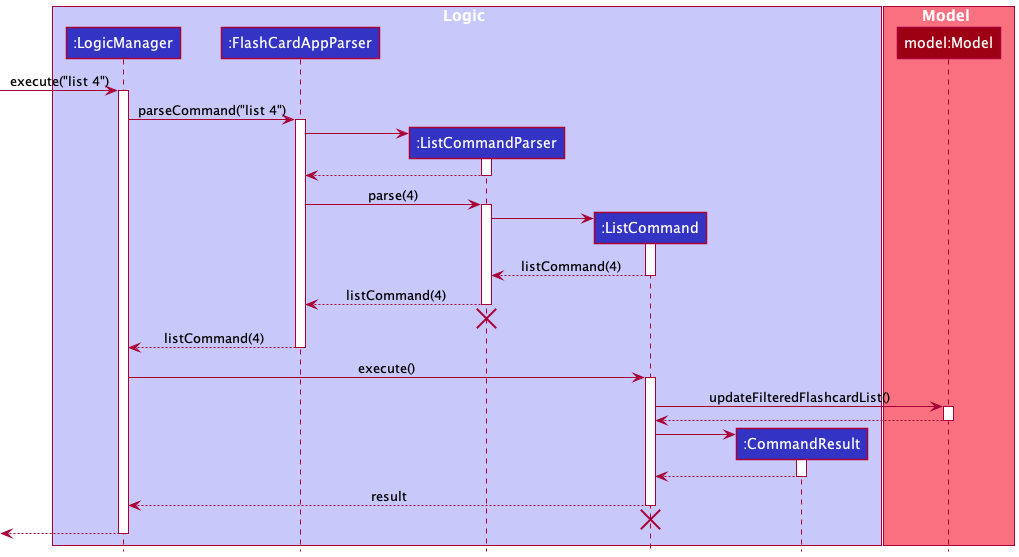
The PlantUML diagram docs/images/ListSequenceDiagram.png in sharmainec/tp, before a commit.
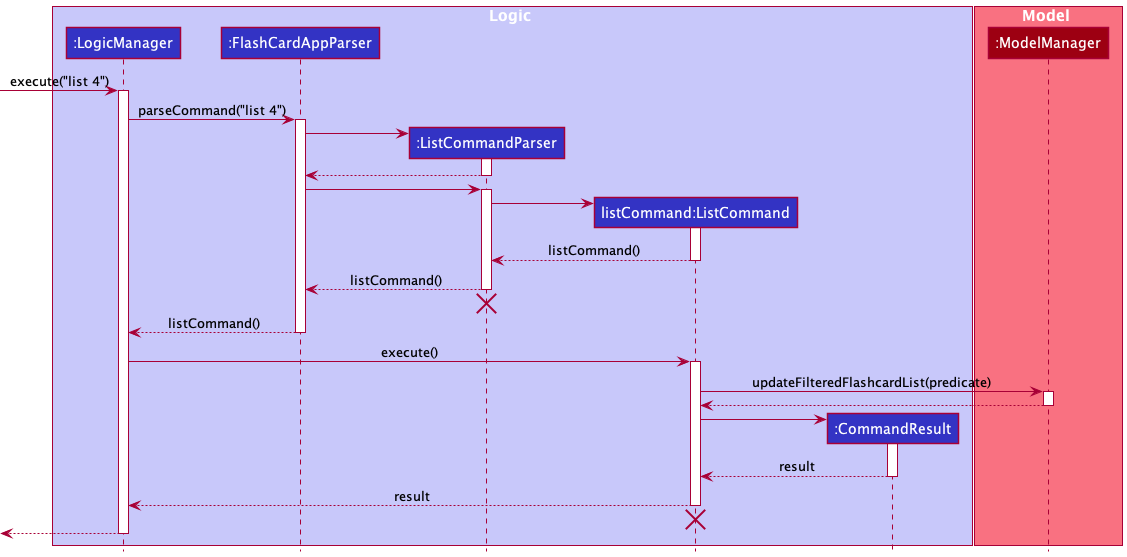
After the change.

Change to the diagram source:
```diff
@@ -5,12 +5,12 @@
 participant ":LogicManager" as LogicManager LOGIC_COLOR
 participant ":FlashCardAppParser" as FlashCardAppParser LOGIC_COLOR
 participant ":ListCommandParser" as ListCommandParser LOGIC_COLOR
-participant ":ListCommand" as ListCommand LOGIC_COLOR
+participant "listCommand:ListCommand" as ListCommand LOGIC_COLOR
 participant ":CommandResult" as CommandResult LOGIC_COLOR
 end box
 
 box Model MODEL_COLOR_T1
-participant "model:Model" as Model MODEL_COLOR
+participant ":ModelManager" as ModelManager MODEL_COLOR
 end box
 
 [-> LogicManager : execute("list 4")
@@ -26,38 +26,38 @@
 ListCommandParser --> FlashCardAppParser
 deactivate ListCommandParser
 
-FlashCardAppParser -> ListCommandParser : parse(4)
+FlashCardAppParser -> ListCommandParser
 activate ListCommandParser
 
 create ListCommand
 ListCommandParser -> ListCommand
 activate ListCommand
 
-ListCommand --> ListCommandParser : listCommand(4)
+ListCommand --> ListCommandParser : listCommand()
 deactivate ListCommand
 
-ListCommandParser --> FlashCardAppParser : listCommand(4)
+ListCommandParser --> FlashCardAppParser : listCommand()
 deactivate ListCommandParser
 ListCommandParser -[hidden]-> FlashCardAppParser
 destroy ListCommandParser
 
-FlashCardAppParser --> LogicManager : listCommand(4)
+FlashCardAppParser --> LogicManager : listCommand()
 deactivate FlashCardAppParser
 
 LogicManager -> ListCommand : execute()
 activate ListCommand
 
-ListCommand -> Model : updateFilteredFlashcardList()
-activate Model
+ListCommand -> ModelManager : updateFilteredFlashcardList(predicate)
+activate ModelManager
 
-Model --> ListCommand
-deactivate Model
+ModelManager --> ListCommand
+deactivate ModelManager
 
 create CommandResult
 ListCommand -> CommandResult
 activate CommandResult
 
-CommandResult --> ListCommand
+CommandResult --> ListCommand : result
 deactivate CommandResult
 
 ListCommand --> LogicManager : result
```
